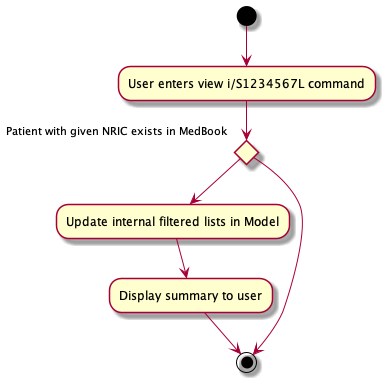
The PlantUML diagram docs/images/ViewSummaryActivityDiagram.png in nus-cs2103-AY2122S2/tp, before a commit. Its diagram source:
```plantuml
@startuml
(*) --> "User enters view i/S1234567L command"
if "Patient with given NRIC exists in MedBook" then
    --> "Update internal filtered lists in Model"
    --> "Display summary to user"
  --> (*)
else
  --> (*)
@enduml
```
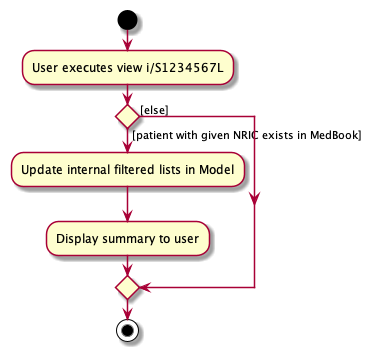
The same diagram one commit later.

Commit message:
Update activity diagram

The edit, as a diff of the source:
```diff
@@ -1,9 +1,12 @@
 @startuml
-(*) --> "User enters view i/S1234567L command"
-if "Patient with given NRIC exists in MedBook" then
-    --> "Update internal filtered lists in Model"
-    --> "Display summary to user"
-  --> (*)
-else
-  --> (*)
+start
+:User executes view i/S1234567L;
+
+
+if () then ([patient with given NRIC exists in MedBook])
+    :Update internal filtered lists in Model;
+    :Display summary to user;
+else ([else])
+endif
+stop
 @enduml
```
